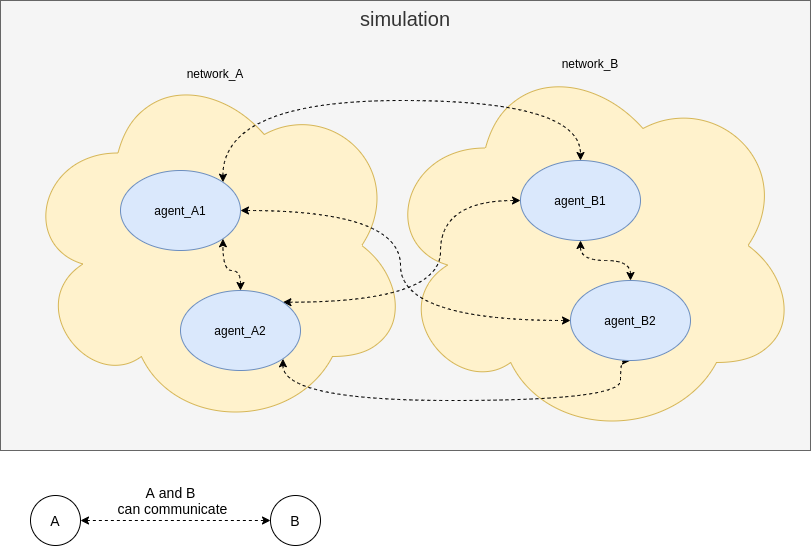
PouceHeure/py_light_mas keeps this draw.io diagram as .doc/py_light_mas-relation.png. Above is the earlier version. Source tidied: cells renumbered, new cells last; positions are measured from the earlier drawing's top-left corner, leaving out a move shared by most shapes.
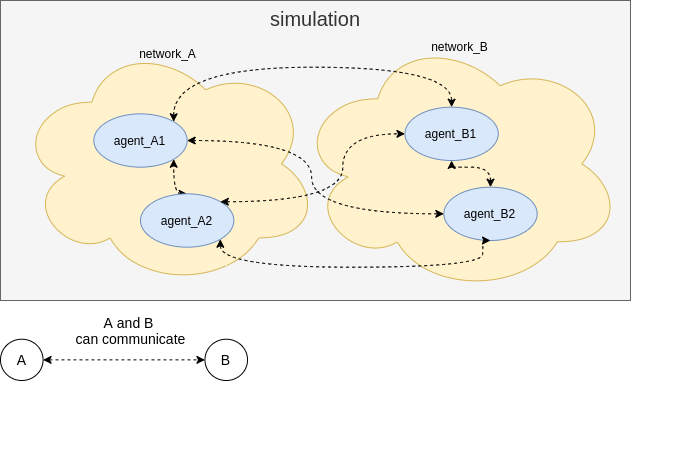
Later version of the same file.

Commit message:
resize graph

What changed in the source:
```diff
@@ -2,79 +2,88 @@
   <root>
     <mxCell id="0" />
     <mxCell id="1" parent="0" />
-    <mxCell id="2" value="&lt;font style=&quot;font-size: 20px&quot;&gt;simulation&lt;/font&gt;" style="rounded=0;whiteSpace=wrap;html=1;verticalAlign=top;fillColor=#f5f5f5;strokeColor=#666666;fontColor=#333333;" parent="1" vertex="1">
-      <mxGeometry width="810" height="450" as="geometry" />
+    <mxCell id="2" style="group;" parent="1" vertex="1">
+      <mxGeometry width="690" height="450" as="geometry" />
     </mxCell>
-    <mxCell id="3" value="network_A" style="ellipse;shape=cloud;whiteSpace=wrap;html=1;verticalAlign=top;fillColor=#fff2cc;strokeColor=#d6b656;" parent="1" vertex="1">
-      <mxGeometry x="20" y="60" width="390" height="370" as="geometry" />
+    <mxCell id="3" style="endArrow=classic;startArrow=classic;html=1;strokeWidth=1;fillColor=#ffffff;fontSize=14;dashed=1;" parent="2" edge="1">
+      <mxGeometry relative="1" as="geometry">
+        <mxPoint x="42.6" y="359.4" as="sourcePoint" />
+        <mxPoint x="204.4" y="359.4" as="targetPoint" />
+      </mxGeometry>
     </mxCell>
-    <mxCell id="4" value="network_B" style="ellipse;shape=cloud;whiteSpace=wrap;html=1;verticalAlign=top;fillColor=#fff2cc;strokeColor=#d6b656;" parent="1" vertex="1">
-      <mxGeometry x="380" y="50" width="420" height="390" as="geometry" />
+    <mxCell id="4" value="A and B&lt;br&gt;&amp;nbsp;can communicate" style="text;html=1;align=center;verticalAlign=middle;fontSize=14;" parent="2" vertex="1">
+      <mxGeometry x="62.8" y="310" width="130" height="40" as="geometry" />
     </mxCell>
-    <mxCell id="5" style="edgeStyle=orthogonalEdgeStyle;curved=1;rounded=0;jettySize=auto;html=1;exitX=1;exitY=0;exitDx=0;exitDy=0;entryX=0.5;entryY=0;entryDx=0;entryDy=0;fontColor=#FFD966;startArrow=classic;startFill=1;dashed=1;" parent="1" edge="1" source="6" target="11">
-      <mxGeometry relative="1" as="geometry">
-        <Array as="points">
-          <mxPoint x="222" y="100" />
-          <mxPoint x="580" y="100" />
-        </Array>
-      </mxGeometry>
+    <mxCell id="5" value="A" style="ellipse;whiteSpace=wrap;html=1;fontSize=14;" parent="2" vertex="1">
+      <mxGeometry y="338.7" width="42.6" height="41.3" as="geometry" />
     </mxCell>
-    <mxCell id="6" value="agent_A1" style="ellipse;whiteSpace=wrap;html=1;fillColor=#dae8fc;strokeColor=#6c8ebf;" parent="1" vertex="1">
-      <mxGeometry x="120" y="170" width="120" height="80" as="geometry" />
+    <mxCell id="6" value="B" style="ellipse;whiteSpace=wrap;html=1;fontSize=14;" parent="2" vertex="1">
+      <mxGeometry x="204.4" y="338.7" width="42.6" height="41.3" as="geometry" />
     </mxCell>
-    <mxCell id="7" style="edgeStyle=orthogonalEdgeStyle;curved=1;rounded=0;jettySize=auto;html=1;exitX=1;exitY=1;exitDx=0;exitDy=0;entryX=0.5;entryY=1;entryDx=0;entryDy=0;fontColor=#FFD966;startArrow=classic;startFill=1;dashed=1;" parent="1" edge="1" source="10" target="14">
-      <mxGeometry relative="1" as="geometry">
-        <Array as="points">
-          <mxPoint x="282" y="400" />
-          <mxPoint x="620" y="400" />
-        </Array>
-      </mxGeometry>
+    <mxCell id="7" style="group;" parent="2" vertex="1">
+      <mxGeometry width="630" height="300" as="geometry" />
     </mxCell>
-    <mxCell id="8" style="edgeStyle=orthogonalEdgeStyle;curved=1;rounded=0;jettySize=auto;html=1;exitX=0.5;exitY=0;exitDx=0;exitDy=0;entryX=1;entryY=1;entryDx=0;entryDy=0;fontColor=#FFD966;startArrow=classic;startFill=1;dashed=1;" parent="1" edge="1" source="10" target="6">
-      <mxGeometry relative="1" as="geometry" />
+    <mxCell id="8" value="&lt;font style=&quot;font-size: 20px&quot;&gt;simulation&lt;/font&gt;" style="rounded=0;whiteSpace=wrap;html=1;verticalAlign=top;fillColor=#f5f5f5;strokeColor=#666666;fontColor=#333333;" parent="7" vertex="1">
+      <mxGeometry width="630" height="300" as="geometry" />
     </mxCell>
-    <mxCell id="9" style="edgeStyle=orthogonalEdgeStyle;curved=1;rounded=0;jettySize=auto;html=1;exitX=1;exitY=0;exitDx=0;exitDy=0;entryX=0;entryY=0.5;entryDx=0;entryDy=0;fontColor=#FFD966;startArrow=classic;startFill=1;dashed=1;" parent="1" edge="1" source="10" target="11">
-      <mxGeometry relative="1" as="geometry">
-        <Array as="points">
-          <mxPoint x="440" y="302" />
-          <mxPoint x="440" y="200" />
-        </Array>
-      </mxGeometry>
+    <mxCell id="9" style="group;" parent="7" vertex="1">
+      <mxGeometry x="15.6" y="33.3" width="606.7" height="260" as="geometry" />
     </mxCell>
-    <mxCell id="10" value="agent_A2" style="ellipse;whiteSpace=wrap;html=1;fillColor=#dae8fc;strokeColor=#6c8ebf;" parent="1" vertex="1">
-      <mxGeometry x="180" y="290" width="120" height="80" as="geometry" />
+    <mxCell id="10" value="network_A" style="ellipse;shape=cloud;whiteSpace=wrap;html=1;verticalAlign=top;fillColor=#fff2cc;strokeColor=#d6b656;" parent="9" vertex="1">
+      <mxGeometry y="6.7" width="303.3" height="246.7" as="geometry" />
     </mxCell>
-    <mxCell id="11" value="agent_B1" style="ellipse;whiteSpace=wrap;html=1;fillColor=#dae8fc;strokeColor=#6c8ebf;" parent="1" vertex="1">
-      <mxGeometry x="520" y="160" width="120" height="80" as="geometry" />
+    <mxCell id="11" value="network_B" style="ellipse;shape=cloud;whiteSpace=wrap;html=1;verticalAlign=top;fillColor=#fff2cc;strokeColor=#d6b656;" parent="9" vertex="1">
+      <mxGeometry x="280" width="326.7" height="260" as="geometry" />
     </mxCell>
-    <mxCell id="12" style="edgeStyle=orthogonalEdgeStyle;curved=1;rounded=0;jettySize=auto;html=1;exitX=0.5;exitY=0;exitDx=0;exitDy=0;entryX=0.5;entryY=1;entryDx=0;entryDy=0;fontColor=#FFD966;startArrow=classic;startFill=1;dashed=1;" parent="1" edge="1" source="14" target="11">
-      <mxGeometry relative="1" as="geometry" />
+    <mxCell id="12" value="agent_A1" style="ellipse;whiteSpace=wrap;html=1;fillColor=#dae8fc;strokeColor=#6c8ebf;" parent="9" vertex="1">
+      <mxGeometry x="77.8" y="80" width="93.3" height="53.3" as="geometry" />
     </mxCell>
-    <mxCell id="13" style="edgeStyle=orthogonalEdgeStyle;curved=1;rounded=0;jettySize=auto;html=1;exitX=0;exitY=0.5;exitDx=0;exitDy=0;entryX=1;entryY=0.5;entryDx=0;entryDy=0;fontColor=#FFD966;startArrow=classic;startFill=1;dashed=1;" parent="1" edge="1" source="14" target="6">
-      <mxGeometry relative="1" as="geometry">
-        <Array as="points">
-          <mxPoint x="400" y="320" />
-          <mxPoint x="400" y="210" />
-        </Array>
-      </mxGeometry>
+    <mxCell id="13" style="edgeStyle=orthogonalEdgeStyle;curved=1;rounded=0;jettySize=auto;html=1;exitX=0.5;exitY=0;exitDx=0;exitDy=0;entryX=1;entryY=1;entryDx=0;entryDy=0;fontColor=#FFD966;startArrow=classic;startFill=1;dashed=1;" parent="9" edge="1" source="14" target="12">
+      <mxGeometry relative="1" as="geometry" />
     </mxCell>
-    <mxCell id="14" value="agent_B2" style="ellipse;whiteSpace=wrap;html=1;fillColor=#dae8fc;strokeColor=#6c8ebf;" parent="1" vertex="1">
-      <mxGeometry x="570" y="280" width="120" height="80" as="geometry" />
+    <mxCell id="14" value="agent_A2" style="ellipse;whiteSpace=wrap;html=1;fillColor=#dae8fc;strokeColor=#6c8ebf;" parent="9" vertex="1">
+      <mxGeometry x="124.4" y="160" width="93.3" height="53.3" as="geometry" />
     </mxCell>
-    <mxCell id="15" style="endArrow=classic;startArrow=classic;html=1;strokeWidth=1;fillColor=#ffffff;fontSize=14;dashed=1;" parent="1" edge="1">
-      <mxGeometry relative="1" as="geometry">
-        <mxPoint x="80" y="520" as="sourcePoint" />
-        <mxPoint x="270" y="520" as="targetPoint" />
-      </mxGeometry>
+    <mxCell id="15" value="agent_B1" style="ellipse;whiteSpace=wrap;html=1;fillColor=#dae8fc;strokeColor=#6c8ebf;" parent="9" vertex="1">
+      <mxGeometry x="388.9" y="73.3" width="93.3" height="53.3" as="geometry" />
     </mxCell>
-    <mxCell id="16" value="A and B&lt;br&gt;&amp;nbsp;can communicate" style="text;html=1;align=center;verticalAlign=middle;fontSize=14;" parent="1" vertex="1">
-      <mxGeometry x="105" y="480" width="130" height="40" as="geometry" />
+    <mxCell id="16" style="edgeStyle=orthogonalEdgeStyle;curved=1;rounded=0;jettySize=auto;html=1;exitX=1;exitY=0;exitDx=0;exitDy=0;entryX=0.5;entryY=0;entryDx=0;entryDy=0;fontColor=#FFD966;startArrow=classic;startFill=1;dashed=1;" parent="9" edge="1" source="12" target="15">
+      <mxGeometry relative="1" as="geometry">
+        <Array as="points">
+          <mxPoint x="157.1" y="33.3" />
+          <mxPoint x="435.6" y="33.3" />
+        </Array>
+      </mxGeometry>
     </mxCell>
-    <mxCell id="17" value="A" style="ellipse;whiteSpace=wrap;html=1;fontSize=14;" parent="1" vertex="1">
-      <mxGeometry x="30" y="495" width="50" height="50" as="geometry" />
+    <mxCell id="17" style="edgeStyle=orthogonalEdgeStyle;curved=1;rounded=0;jettySize=auto;html=1;exitX=1;exitY=0;exitDx=0;exitDy=0;entryX=0;entryY=0.5;entryDx=0;entryDy=0;fontColor=#FFD966;startArrow=classic;startFill=1;dashed=1;" parent="9" edge="1" source="14" target="15">
+      <mxGeometry relative="1" as="geometry">
+        <Array as="points">
+          <mxPoint x="326.7" y="168" />
+          <mxPoint x="326.7" y="100" />
+        </Array>
+      </mxGeometry>
     </mxCell>
-    <mxCell id="18" value="B" style="ellipse;whiteSpace=wrap;html=1;fontSize=14;" parent="1" vertex="1">
-      <mxGeometry x="270" y="495" width="50" height="50" as="geometry" />
+    <mxCell id="18" style="edgeStyle=orthogonalEdgeStyle;curved=1;rounded=0;jettySize=auto;html=1;exitX=0.5;exitY=0;exitDx=0;exitDy=0;entryX=0.5;entryY=1;entryDx=0;entryDy=0;fontColor=#FFD966;startArrow=classic;startFill=1;dashed=1;" parent="9" edge="1" source="20" target="15">
+      <mxGeometry relative="1" as="geometry" />
     </mxCell>
+    <mxCell id="19" style="edgeStyle=orthogonalEdgeStyle;curved=1;rounded=0;jettySize=auto;html=1;exitX=0;exitY=0.5;exitDx=0;exitDy=0;entryX=1;entryY=0.5;entryDx=0;entryDy=0;fontColor=#FFD966;startArrow=classic;startFill=1;dashed=1;" parent="9" edge="1" source="20" target="12">
+      <mxGeometry relative="1" as="geometry">
+        <Array as="points">
+          <mxPoint x="295.6" y="180" />
+          <mxPoint x="295.6" y="106.7" />
+        </Array>
+      </mxGeometry>
+    </mxCell>
+    <mxCell id="20" value="agent_B2" style="ellipse;whiteSpace=wrap;html=1;fillColor=#dae8fc;strokeColor=#6c8ebf;" parent="9" vertex="1">
+      <mxGeometry x="427.8" y="153.3" width="93.3" height="53.3" as="geometry" />
+    </mxCell>
+    <mxCell id="21" style="edgeStyle=orthogonalEdgeStyle;curved=1;rounded=0;jettySize=auto;html=1;exitX=1;exitY=1;exitDx=0;exitDy=0;entryX=0.5;entryY=1;entryDx=0;entryDy=0;fontColor=#FFD966;startArrow=classic;startFill=1;dashed=1;" parent="9" edge="1" source="14" target="20">
+      <mxGeometry relative="1" as="geometry">
+        <Array as="points">
+          <mxPoint x="203.8" y="233.3" />
+          <mxPoint x="466.7" y="233.3" />
+        </Array>
+      </mxGeometry>
+    </mxCell>
   </root>
 </mxGraphModel>
```
